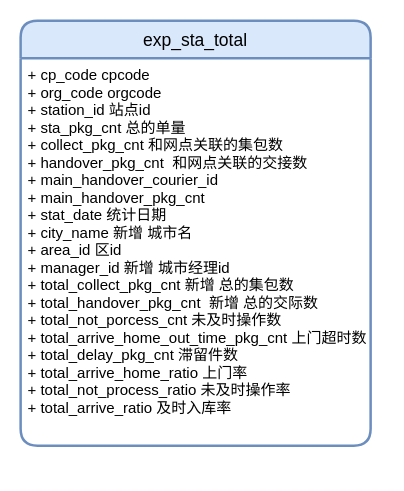
Earlier version of the draw.io diagram 站点数据表.drawio (stevesgit/ReadingNotes). Source tidied: cells renumbered, new cells numbered last; positions are measured from the earlier drawing's top-left corner, leaving out a move shared by most shapes. Both pictures are drawn from the tidied source at 125%, with x=0, y=0 at pixel (20, 20).
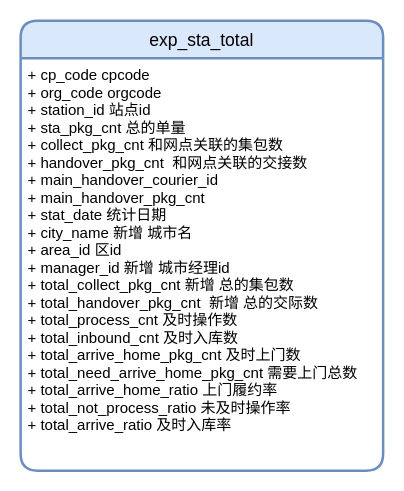
The same diagram, later.

Commit message:
Update 站点数据表.drawio

Change to the diagram source:
```diff
@@
 <mxGraphModel>
   <root>
     <mxCell id="0" />
     <mxCell id="1" parent="0" />
     <mxCell id="2" value="exp_sta_total" style="swimlane;horizontal=1;startSize=30;rounded=1;fontSize=14;fontStyle=0;strokeWidth=2;shadow=0;dashed=0;align=center;fillColor=#dae8fc;strokeColor=#6c8ebf;" parent="1" vertex="1">
-      <mxGeometry width="280" height="340" as="geometry" />
+      <mxGeometry width="290" height="360" as="geometry" />
     </mxCell>
-    <mxCell id="3" value="+ cp_code cpcode&#10;+ org_code orgcode&#10;+ station_id 站点id&#10;+ sta_pkg_cnt 总的单量&#10;+ collect_pkg_cnt 和网点关联的集包数&#10;+ handover_pkg_cnt  和网点关联的交接数&#10;+ main_handover_courier_id &#10;+ main_handover_pkg_cnt&#10;+ stat_date 统计日期&#10;+ city_name 新增 城市名&#10;+ area_id 区id&#10;+ manager_id 新增 城市经理id&#10;+ total_collect_pkg_cnt 新增 总的集包数&#10;+ total_handover_pkg_cnt  新增 总的交际数&#10;+ total_not_porcess_cnt 未及时操作数&#10;+ total_arrive_home_out_time_pkg_cnt 上门超时数&#10;+ total_delay_pkg_cnt 滞留件数&#10;+ total_arrive_home_ratio 上门率&#10;+ total_not_process_ratio 未及时操作率&#10;+ total_arrive_ratio 及时入库率&#10;" style="align=left;strokeColor=none;fillColor=none;spacingLeft=4;fontSize=12;verticalAlign=top;" parent="2" vertex="1">
-      <mxGeometry y="30" width="280" height="310" as="geometry" />
+    <mxCell id="3" value="+ cp_code cpcode&#10;+ org_code orgcode&#10;+ station_id 站点id&#10;+ sta_pkg_cnt 总的单量&#10;+ collect_pkg_cnt 和网点关联的集包数&#10;+ handover_pkg_cnt  和网点关联的交接数&#10;+ main_handover_courier_id &#10;+ main_handover_pkg_cnt&#10;+ stat_date 统计日期&#10;+ city_name 新增 城市名&#10;+ area_id 区id&#10;+ manager_id 新增 城市经理id&#10;+ total_collect_pkg_cnt 新增 总的集包数&#10;+ total_handover_pkg_cnt  新增 总的交际数&#10;+ total_process_cnt 及时操作数&#10;+ total_inbound_cnt 及时入库数&#10;+ total_arrive_home_pkg_cnt 及时上门数&#10;+ total_need_arrive_home_pkg_cnt 需要上门总数&#10;+ total_arrive_home_ratio 上门履约率&#10;+ total_not_process_ratio 未及时操作率&#10;+ total_arrive_ratio 及时入库率&#10;" style="align=left;strokeColor=none;fillColor=none;spacingLeft=4;fontSize=12;verticalAlign=top;" parent="2" vertex="1">
+      <mxGeometry y="30" width="290" height="330" as="geometry" />
     </mxCell>
   </root>
 </mxGraphModel>
```
